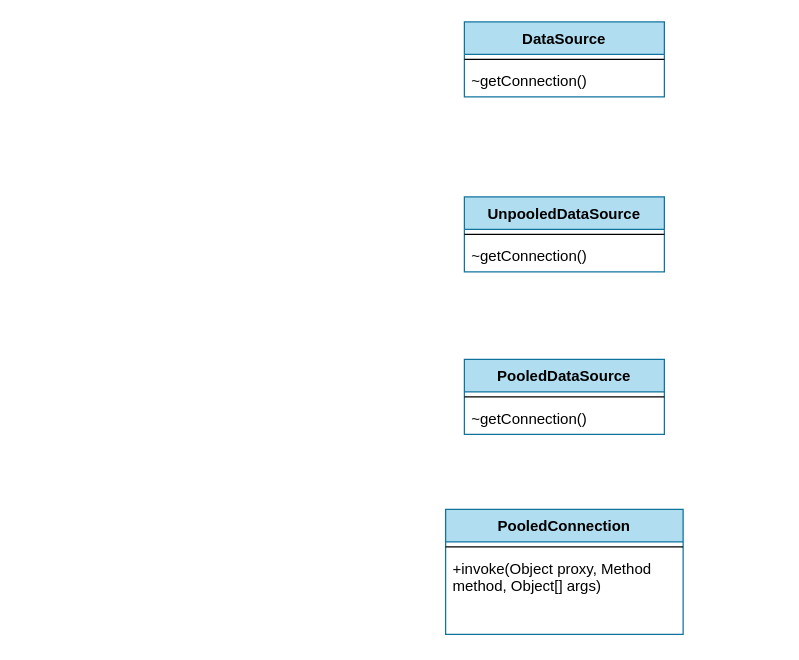
Before: mybatis-05.drawio in weixiaojian/draw-io-lib, a draw.io diagram. Source tidied: cells renumbered, new cells numbered last; positions are measured from the earlier drawing's top-left corner, leaving out a move shared by most shapes. Both pictures are drawn from the tidied source at 125%, with x=0, y=0 at pixel (445, 21).
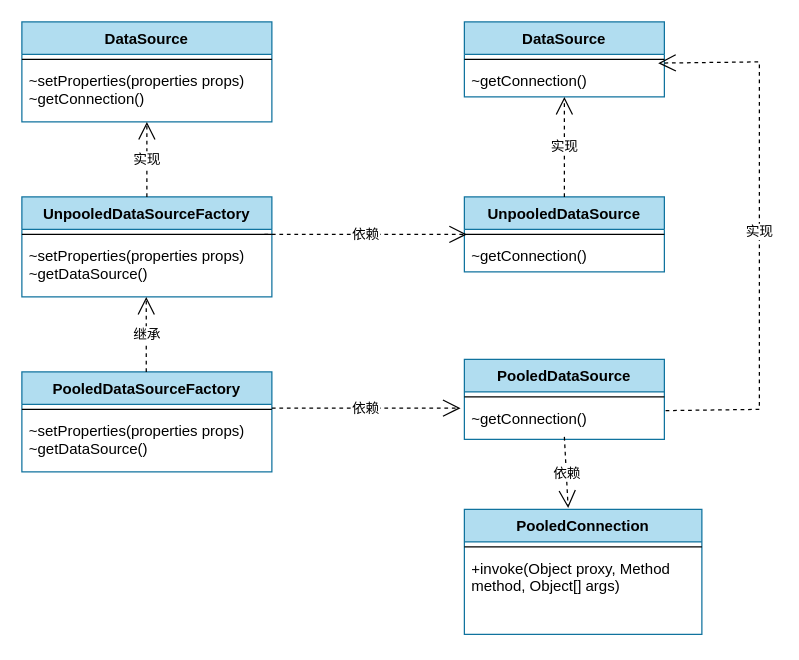
After the change.

The change refers to these unchanged cells:
```xml
<mxCell id="3" style="line;strokeWidth=1;fillColor=none;align=left;verticalAlign=middle;spacingTop=-1;spacingLeft=3;spacingRight=3;labelPosition=right;points=[];portConstraint=eastwest;labelBackgroundColor=none;" parent="2" vertex="1">
  <mxGeometry y="26" width="160" height="8" as="geometry" />
</mxCell>
<mxCell id="4" value="~getConnection()" style="text;strokeColor=none;fillColor=none;align=left;verticalAlign=top;spacingLeft=4;spacingRight=4;overflow=hidden;points=[[0,0.5],[1,0.5]];portConstraint=eastwest;whiteSpace=wrap;html=1;labelBackgroundColor=none;" parent="2" vertex="1">
  <mxGeometry y="34" width="160" height="26" as="geometry" />
</mxCell>
<mxCell id="5" value="UnpooledDataSource" style="swimlane;fontStyle=1;align=center;verticalAlign=top;horizontal=1;startSize=26;whiteSpace=wrap;html=1;labelBackgroundColor=none;fillColor=#b1ddf0;strokeColor=#10739e;" parent="1" vertex="1">
  <mxGeometry x="15" y="140" width="160" height="60" as="geometry" />
</mxCell>
```

What changed in the source:
```diff
@@
-    <mxCell id="2" value="DataSource" style="swimlane;fontStyle=1;align=center;verticalAlign=top;horizontal=1;startSize=26;whiteSpace=wrap;html=1;labelBackgroundColor=none;swimlaneFillColor=default;fillColor=#b1ddf0;strokeColor=#10739e;" parent="1" vertex="1">
+    <mxCell id="2" value="DataSource" style="swimlane;fontStyle=1;align=center;verticalAlign=top;horizontal=1;startSize=26;whiteSpace=wrap;html=1;labelBackgroundColor=none;swimlaneFillColor=none;fillColor=#b1ddf0;strokeColor=#10739e;" parent="1" vertex="1">
       <mxGeometry x="15" width="160" height="60" as="geometry" />
     </mxCell>
@@
-    <mxCell id="7" value="~getConnection()" style="text;strokeColor=none;fillColor=none;align=left;verticalAlign=top;spacingLeft=4;spacingRight=4;overflow=hidden;points=[[0,0.5],[1,0.5]];portConstraint=eastwest;whiteSpace=wrap;html=1;labelBackgroundColor=none;" parent="5" vertex="1">
+    <mxCell id="7" value="~getConnection()" style="text;align=left;verticalAlign=top;spacingLeft=4;spacingRight=4;overflow=hidden;points=[[0,0.5],[1,0.5]];portConstraint=eastwest;whiteSpace=wrap;html=1;labelBackgroundColor=none;" parent="5" vertex="1">
       <mxGeometry y="34" width="160" height="26" as="geometry" />
     </mxCell>
     <mxCell id="8" value="PooledConnection&lt;br&gt;" style="swimlane;fontStyle=1;align=center;verticalAlign=top;horizontal=1;startSize=26;whiteSpace=wrap;html=1;labelBackgroundColor=none;fillColor=#b1ddf0;strokeColor=#10739e;" parent="1" vertex="1">
-      <mxGeometry y="390" width="190" height="100" as="geometry" />
+      <mxGeometry x="15" y="390" width="190" height="100" as="geometry" />
     </mxCell>
@@
     <mxCell id="11" value="PooledDataSource" style="swimlane;fontStyle=1;align=center;verticalAlign=top;horizontal=1;startSize=26;whiteSpace=wrap;html=1;labelBackgroundColor=none;fillColor=#b1ddf0;strokeColor=#10739e;" parent="1" vertex="1">
-      <mxGeometry x="15" y="270" width="160" height="60" as="geometry" />
+      <mxGeometry x="15" y="270" width="160" height="64" as="geometry" />
     </mxCell>
@@
     <mxCell id="13" value="~getConnection()" style="text;strokeColor=none;fillColor=none;align=left;verticalAlign=top;spacingLeft=4;spacingRight=4;overflow=hidden;points=[[0,0.5],[1,0.5]];portConstraint=eastwest;whiteSpace=wrap;html=1;labelBackgroundColor=none;" parent="11" vertex="1">
-      <mxGeometry y="34" width="160" height="26" as="geometry" />
+      <mxGeometry y="34" width="160" height="30" as="geometry" />
     </mxCell>
+    <mxCell id="14" value="DataSource" style="swimlane;fontStyle=1;align=center;verticalAlign=top;horizontal=1;startSize=26;whiteSpace=wrap;html=1;labelBackgroundColor=none;swimlaneFillColor=none;fillColor=#b1ddf0;strokeColor=#10739e;" parent="1" vertex="1">
+      <mxGeometry x="-339" width="200" height="80" as="geometry" />
+    </mxCell>
+    <mxCell id="15" style="line;strokeWidth=1;fillColor=none;align=left;verticalAlign=middle;spacingTop=-1;spacingLeft=3;spacingRight=3;labelPosition=right;labelBackgroundColor=none;" parent="14" vertex="1">
+      <mxGeometry y="26" width="200" height="8" as="geometry" />
+    </mxCell>
+    <mxCell id="16" value="~setProperties(properties props)&lt;br&gt;~getConnection()" style="text;align=left;verticalAlign=top;spacingLeft=4;spacingRight=4;overflow=hidden;points=[[0,0.5],[1,0.5]];portConstraint=eastwest;whiteSpace=wrap;html=1;labelBackgroundColor=none;" parent="14" vertex="1">
+      <mxGeometry y="34" width="200" height="46" as="geometry" />
+    </mxCell>
+    <mxCell id="17" value="UnpooledDataSourceFactory" style="swimlane;fontStyle=1;align=center;verticalAlign=top;horizontal=1;startSize=26;whiteSpace=wrap;html=1;labelBackgroundColor=none;swimlaneFillColor=none;fillColor=#b1ddf0;strokeColor=#10739e;" parent="1" vertex="1">
+      <mxGeometry x="-339" y="140" width="200" height="80" as="geometry" />
+    </mxCell>
+    <mxCell id="18" style="line;strokeWidth=1;fillColor=none;align=left;verticalAlign=middle;spacingTop=-1;spacingLeft=3;spacingRight=3;labelPosition=right;points=[];portConstraint=eastwest;labelBackgroundColor=none;" parent="17" vertex="1">
+      <mxGeometry y="26" width="200" height="8" as="geometry" />
+    </mxCell>
+    <mxCell id="19" value="~setProperties(properties props)&lt;br&gt;~getDataSource()" style="text;align=left;verticalAlign=top;spacingLeft=4;spacingRight=4;overflow=hidden;whiteSpace=wrap;html=1;labelBackgroundColor=none;" parent="17" vertex="1">
+      <mxGeometry y="34" width="200" height="46" as="geometry" />
+    </mxCell>
+    <mxCell id="20" value="PooledDataSourceFactory" style="swimlane;fontStyle=1;align=center;verticalAlign=top;horizontal=1;startSize=26;whiteSpace=wrap;html=1;labelBackgroundColor=none;swimlaneFillColor=none;fillColor=#b1ddf0;strokeColor=#10739e;" parent="1" vertex="1">
+      <mxGeometry x="-339" y="280" width="200" height="80" as="geometry" />
+    </mxCell>
+    <mxCell id="21" style="line;strokeWidth=1;fillColor=none;align=left;verticalAlign=middle;spacingTop=-1;spacingLeft=3;spacingRight=3;labelPosition=right;labelBackgroundColor=none;" parent="20" vertex="1">
+      <mxGeometry y="26" width="200" height="8" as="geometry" />
+    </mxCell>
+    <mxCell id="22" value="~setProperties(properties props)&lt;br&gt;~getDataSource()" style="text;align=left;verticalAlign=top;spacingLeft=4;spacingRight=4;overflow=hidden;whiteSpace=wrap;html=1;labelBackgroundColor=none;" parent="20" vertex="1">
+      <mxGeometry y="34" width="200" height="46" as="geometry" />
+    </mxCell>
+    <mxCell id="23" value="实现" style="endArrow=open;endSize=12;dashed=1;html=1;rounded=0;exitX=0.5;exitY=0;exitDx=0;exitDy=0;" parent="1" edge="1" source="17" target="16">
+      <mxGeometry relative="1" as="geometry" />
+    </mxCell>
+    <mxCell id="24" value="继承" style="endArrow=open;endSize=12;dashed=1;html=1;rounded=0;exitX=0.5;exitY=0;exitDx=0;exitDy=0;" parent="1" edge="1">
+      <mxGeometry relative="1" as="geometry">
+        <mxPoint x="-239.5" y="280" as="sourcePoint" />
+        <mxPoint x="-239.5" y="220" as="targetPoint" />
+      </mxGeometry>
+    </mxCell>
+    <mxCell id="25" value="依赖" style="endArrow=open;endSize=12;dashed=1;html=1;rounded=0;entryX=0.013;entryY=-0.154;entryDx=0;entryDy=0;entryPerimeter=0;exitX=0.97;exitY=0.5;exitDx=0;exitDy=0;exitPerimeter=0;" parent="1" edge="1" source="18" target="7">
+      <mxGeometry relative="1" as="geometry" />
+    </mxCell>
+    <mxCell id="26" value="依赖" style="endArrow=open;endSize=12;dashed=1;html=1;rounded=0;entryX=-0.019;entryY=0.167;entryDx=0;entryDy=0;entryPerimeter=0;" parent="1" edge="1" target="13">
+      <mxGeometry relative="1" as="geometry">
+        <mxPoint x="-139" y="309" as="sourcePoint" />
+      </mxGeometry>
+    </mxCell>
+    <mxCell id="27" value="实现" style="endArrow=open;endSize=12;dashed=1;html=1;rounded=0;exitX=0.5;exitY=0;exitDx=0;exitDy=0;" parent="1" edge="1" source="5" target="4">
+      <mxGeometry relative="1" as="geometry" />
+    </mxCell>
+    <mxCell id="28" value="实现" style="endArrow=open;endSize=12;dashed=1;html=1;rounded=0;exitX=1.006;exitY=0.233;exitDx=0;exitDy=0;entryX=0.969;entryY=0.875;entryDx=0;entryDy=0;entryPerimeter=0;exitPerimeter=0;" parent="1" edge="1" source="13" target="3">
+      <mxGeometry relative="1" as="geometry">
+        <Array as="points">
+          <mxPoint x="251" y="310" />
+          <mxPoint x="251" y="32" />
+        </Array>
+      </mxGeometry>
+    </mxCell>
+    <mxCell id="29" value="依赖" style="endArrow=open;endSize=12;dashed=1;html=1;rounded=0;exitX=0.5;exitY=0.933;exitDx=0;exitDy=0;exitPerimeter=0;entryX=0.437;entryY=-0.01;entryDx=0;entryDy=0;entryPerimeter=0;" parent="1" edge="1" source="13" target="8">
+      <mxGeometry relative="1" as="geometry" />
+    </mxCell>
```
